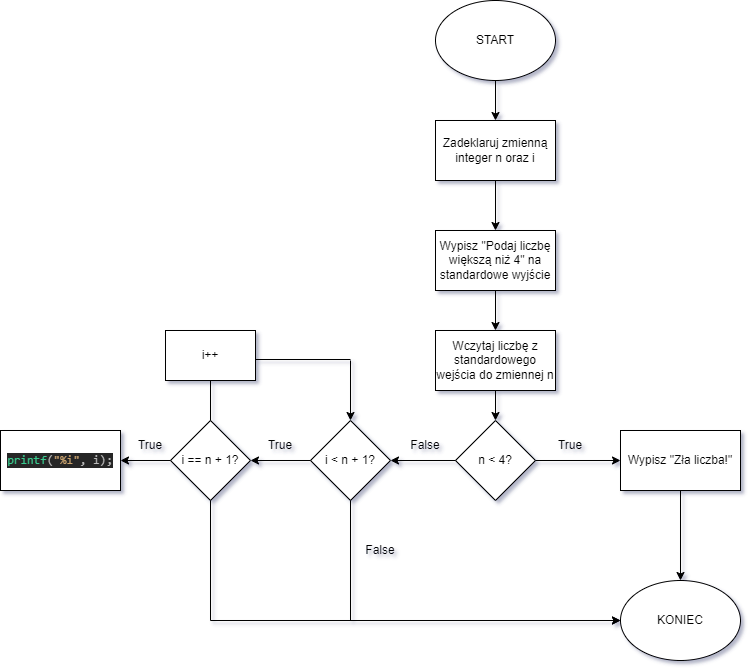
Earlier version of the draw.io export zad_3_diagram.png (akozdev/kolokwium_2). Source tidied: cells renumbered, new cells last; positions are measured from the earlier drawing's top-left corner, leaving out a move shared by most shapes.
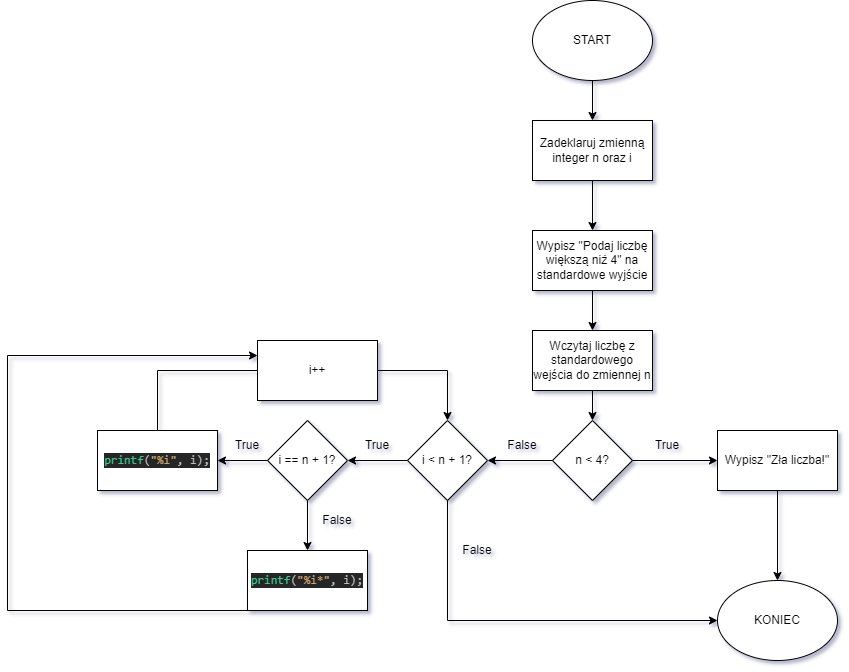
Later version of the same file.

Commit message:
Zmiana diagramu do zad 3

The edit, as a diff of the source:
```diff
@@ -94,35 +94,41 @@
     <mxCell id="27" value="True" style="text;html=1;strokeColor=none;fillColor=none;align=center;verticalAlign=middle;whiteSpace=wrap;rounded=0;" parent="1" vertex="1">
       <mxGeometry x="120" y="430" width="60" height="30" as="geometry" />
     </mxCell>
-    <mxCell id="28" style="endArrow=none;html=1;rounded=0;exitX=0.5;exitY=0;exitDx=0;exitDy=0;" parent="1" edge="1" source="23">
-      <mxGeometry relative="1" as="geometry">
-        <mxPoint x="210" y="380" as="targetPoint" />
-      </mxGeometry>
-    </mxCell>
+    <mxCell id="34" style="endArrow=classic;html=1;rounded=0;exitX=0.5;exitY=1;exitDx=0;exitDy=0;" parent="1" edge="1" source="23">
+      <mxGeometry relative="1" as="geometry">
+        <mxPoint x="210" y="550" as="targetPoint" />
+      </mxGeometry>
+    </mxCell>
+    <mxCell id="35" value="&lt;pre style=&quot;background-color: #262626 ; color: #d0d0d0 ; font-family: &amp;#34;jetbrains mono&amp;#34; , monospace ; font-size: 9 0pt&quot;&gt;&lt;span style=&quot;color: #39cc8f&quot;&gt;printf&lt;/span&gt;&lt;span style=&quot;color: #bdbdbd&quot;&gt;(&lt;/span&gt;&lt;span style=&quot;color: #c9a26d&quot;&gt;&quot;%i*&quot;&lt;/span&gt;&lt;span style=&quot;color: #bdbdbd&quot;&gt;, i);&lt;/span&gt;&lt;/pre&gt;" style="rounded=0;whiteSpace=wrap;html=1;" parent="1" vertex="1">
+      <mxGeometry x="150" y="550" width="120" height="60" as="geometry" />
+    </mxCell>
+    <mxCell id="36" style="endArrow=none;html=1;rounded=0;exitX=0.5;exitY=0;exitDx=0;exitDy=0;" parent="1" edge="1" source="26" target="29">
+      <mxGeometry relative="1" as="geometry">
+        <Array as="points">
+          <mxPoint x="60" y="370" />
+        </Array>
+      </mxGeometry>
+    </mxCell>
+    <mxCell id="37" value="False" style="text;html=1;strokeColor=none;fillColor=none;align=center;verticalAlign=middle;whiteSpace=wrap;rounded=0;" parent="1" vertex="1">
+      <mxGeometry x="210" y="505" width="60" height="30" as="geometry" />
+    </mxCell>
     <mxCell id="29" value="i++" style="rounded=0;whiteSpace=wrap;html=1;" parent="1" vertex="1">
-      <mxGeometry x="165" y="330" width="90" height="50" as="geometry" />
+      <mxGeometry x="160" y="340" width="120" height="60" as="geometry" />
     </mxCell>
-    <mxCell id="30" style="endArrow=none;html=1;rounded=0;exitX=1;exitY=0.5;exitDx=0;exitDy=0;" parent="1" edge="1">
-      <mxGeometry relative="1" as="geometry">
-        <mxPoint x="255" y="359" as="sourcePoint" />
-        <mxPoint x="350" y="359" as="targetPoint" />
-      </mxGeometry>
-    </mxCell>
-    <mxCell id="31" style="endArrow=none;html=1;rounded=0;exitX=0.5;exitY=1;exitDx=0;exitDy=0;" parent="1" edge="1" source="23">
-      <mxGeometry relative="1" as="geometry">
-        <mxPoint x="210" y="620" as="targetPoint" />
-      </mxGeometry>
-    </mxCell>
-    <mxCell id="32" style="endArrow=classic;html=1;rounded=0;" parent="1" edge="1">
-      <mxGeometry relative="1" as="geometry">
-        <mxPoint x="210" y="620" as="sourcePoint" />
-        <mxPoint x="620" y="620" as="targetPoint" />
-      </mxGeometry>
-    </mxCell>
-    <mxCell id="33" style="endArrow=classic;html=1;rounded=0;" parent="1" edge="1" target="16">
-      <mxGeometry relative="1" as="geometry">
-        <mxPoint x="350" y="360" as="sourcePoint" />
-      </mxGeometry>
-    </mxCell>
+    <mxCell id="38" style="endArrow=classic;html=1;rounded=0;exitX=1;exitY=0.5;exitDx=0;exitDy=0;entryX=0.5;entryY=0;entryDx=0;entryDy=0;" parent="1" edge="1" source="29" target="16">
+      <mxGeometry relative="1" as="geometry">
+        <Array as="points">
+          <mxPoint x="350" y="370" />
+        </Array>
+      </mxGeometry>
+    </mxCell>
+    <mxCell id="39" style="endArrow=classic;html=1;rounded=0;exitX=0.5;exitY=1;exitDx=0;exitDy=0;entryX=0;entryY=0.25;entryDx=0;entryDy=0;" parent="1" edge="1" source="35" target="29">
+      <mxGeometry relative="1" as="geometry">
+        <Array as="points">
+          <mxPoint x="-90" y="610" />
+          <mxPoint x="-90" y="355" />
+        </Array>
+      </mxGeometry>
+    </mxCell>
   </root>
 </mxGraphModel>
```
